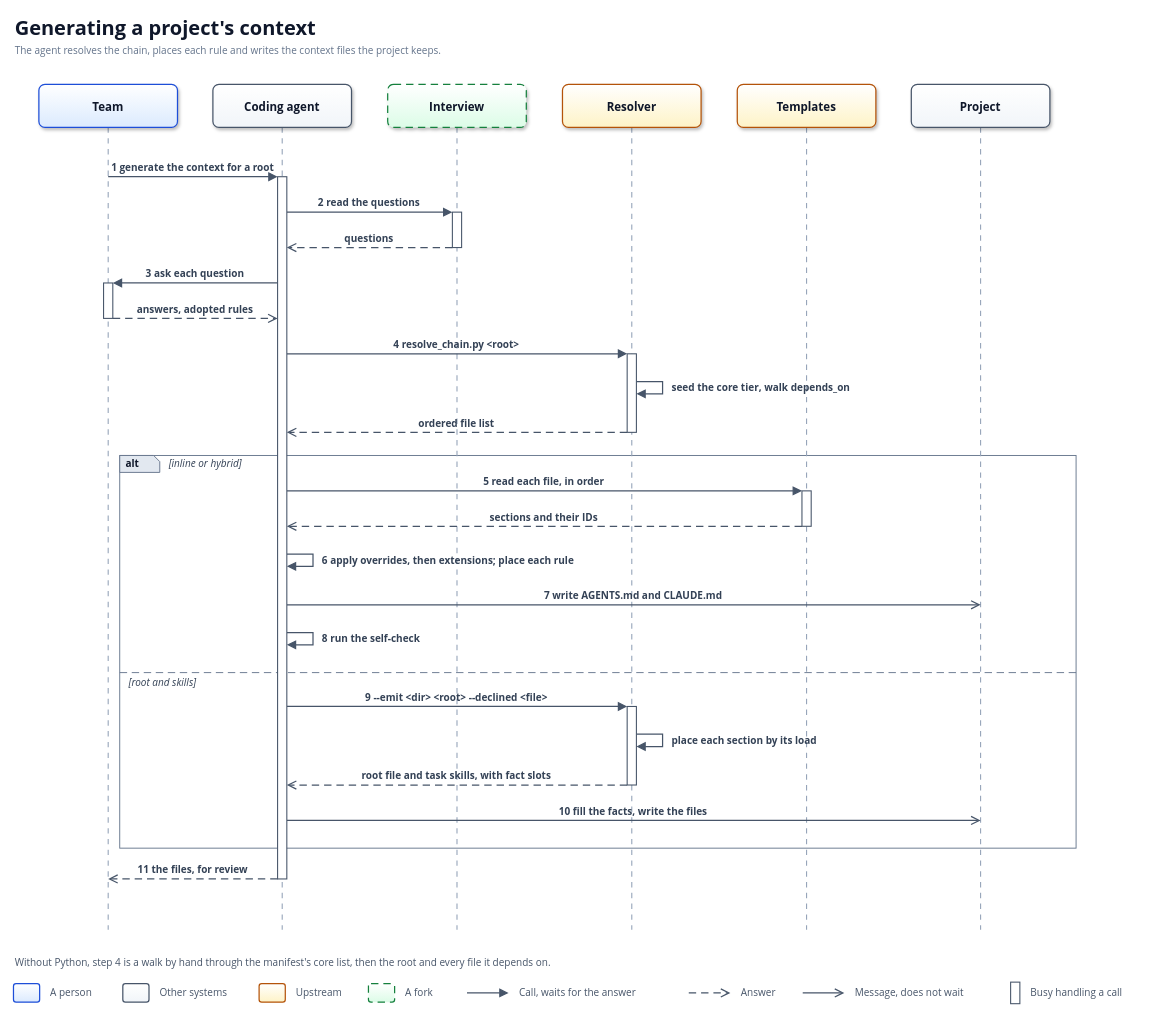
The draw.io diagram docs/diagrams/runtime-generate.drawio in solid-ai-dev/solid-ai-templates, before the edit. Source tidied: cells renumbered, new cells numbered last; positions are measured from the earlier drawing's top-left corner, leaving out a move shared by most shapes. Both pictures are drawn from the tidied source at 77%, with x=0, y=0 at pixel (13, 13).
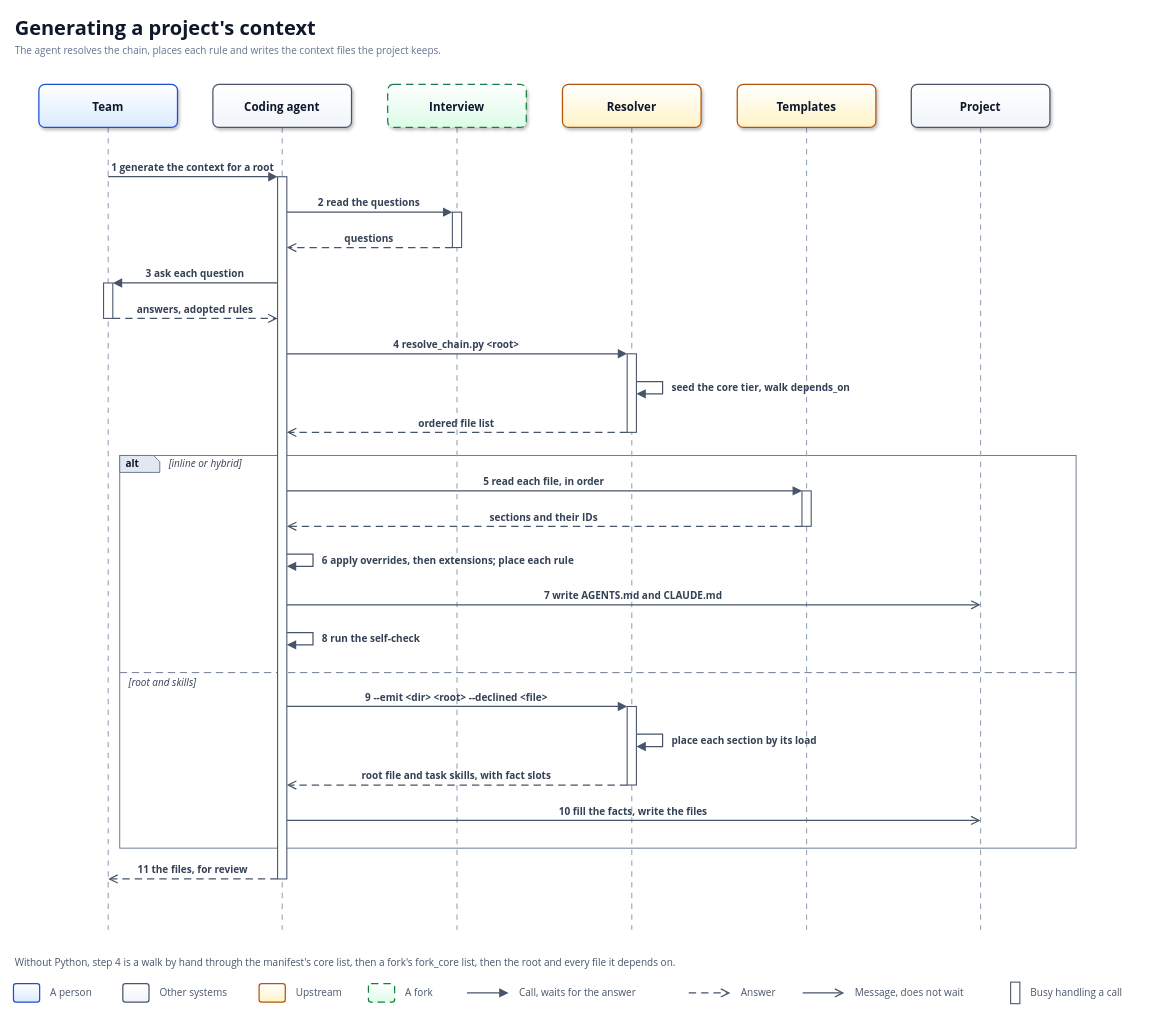
Above is the later version.

Commit message (it also covers changes not shown here):
docs(architecture): name fork_core in the generation diagram's manual walk (#2408)

Claude-Session: https://claude.ai/code/session_01DpT5xSVK2FLNdArtRtNjLH

Diff of the diagram source:
```diff
@@
-    <mxCell id="63" value="Without Python, step 4 is a walk by hand through the manifest's core list, then the root and every file it depends on." style="text;html=1;whiteSpace=wrap;strokeColor=none;fillColor=none;align=left;verticalAlign=middle;fontFamily=Segoe UI;fontSize=13;fontColor=#475569;" parent="1" vertex="1">
+    <mxCell id="63" value="Without Python, step 4 is a walk by hand through the manifest's core list, then a fork's fork_core list, then the root and every file it depends on." style="text;html=1;whiteSpace=wrap;strokeColor=none;fillColor=none;align=left;verticalAlign=middle;fontFamily=Segoe UI;fontSize=13;fontColor=#475569;" parent="1" vertex="1">
       <mxGeometry y="1220" width="1380" height="24" as="geometry" />
     </mxCell>
```
